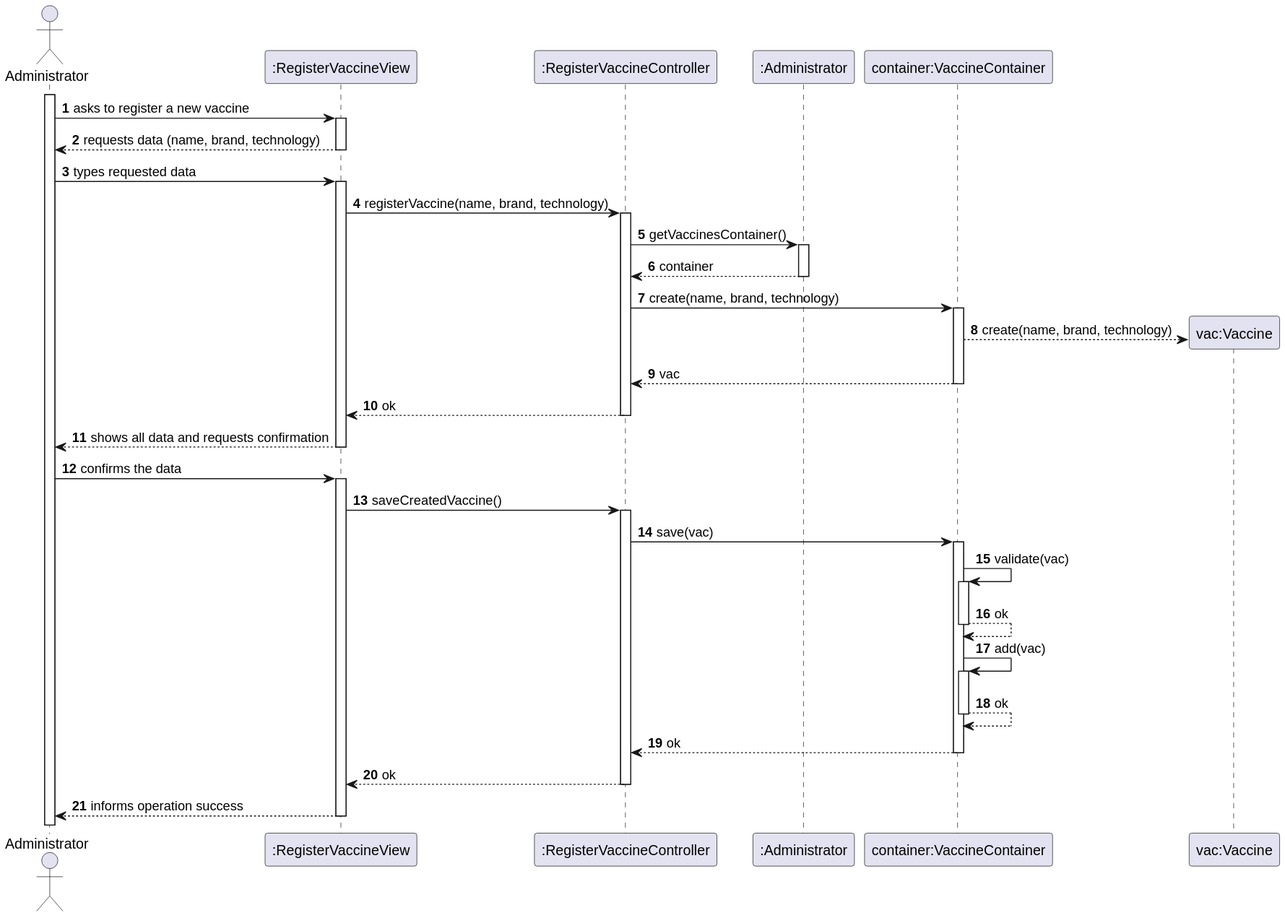
Above: docs/Sprint2/US11/svg/US11-SD.svg in Parafita123/leti-esoft-25-26-B1 (PlantUML), before the change. Source of this version:
```plantuml
@startuml

autoactivate on
autonumber

actor "Administrator" as Admin
participant ":RegisterVaccineView" as View
participant ":RegisterVaccineController" as Ctrl
participant ":Administrator" as AdministratorDomain
participant "container:VaccineContainer" as Container
participant "vac:Vaccine" as Vaccine

activate Admin

Admin -> View: asks to register a new vaccine
View --> Admin: requests data (name, brand, technology)
Admin -> View: types requested data
View -> Ctrl: registerVaccine(name, brand, technology)
Ctrl -> AdministratorDomain: getVaccinesContainer()
AdministratorDomain --> Ctrl: container
Ctrl -> Container: create(name, brand, technology)
Container --> Vaccine**: create(name, brand, technology)
Container --> Ctrl: vac
Ctrl --> View: ok
View --> Admin: shows all data and requests confirmation
Admin -> View: confirms the data
View -> Ctrl: saveCreatedVaccine()
Ctrl -> Container: save(vac)
Container -> Container: validate(vac)
Container --> Container: ok
Container -> Container: add(vac)
Container --> Container: ok
Container --> Ctrl: ok
Ctrl --> View: ok
View --> Admin: informs operation success
@enduml
```
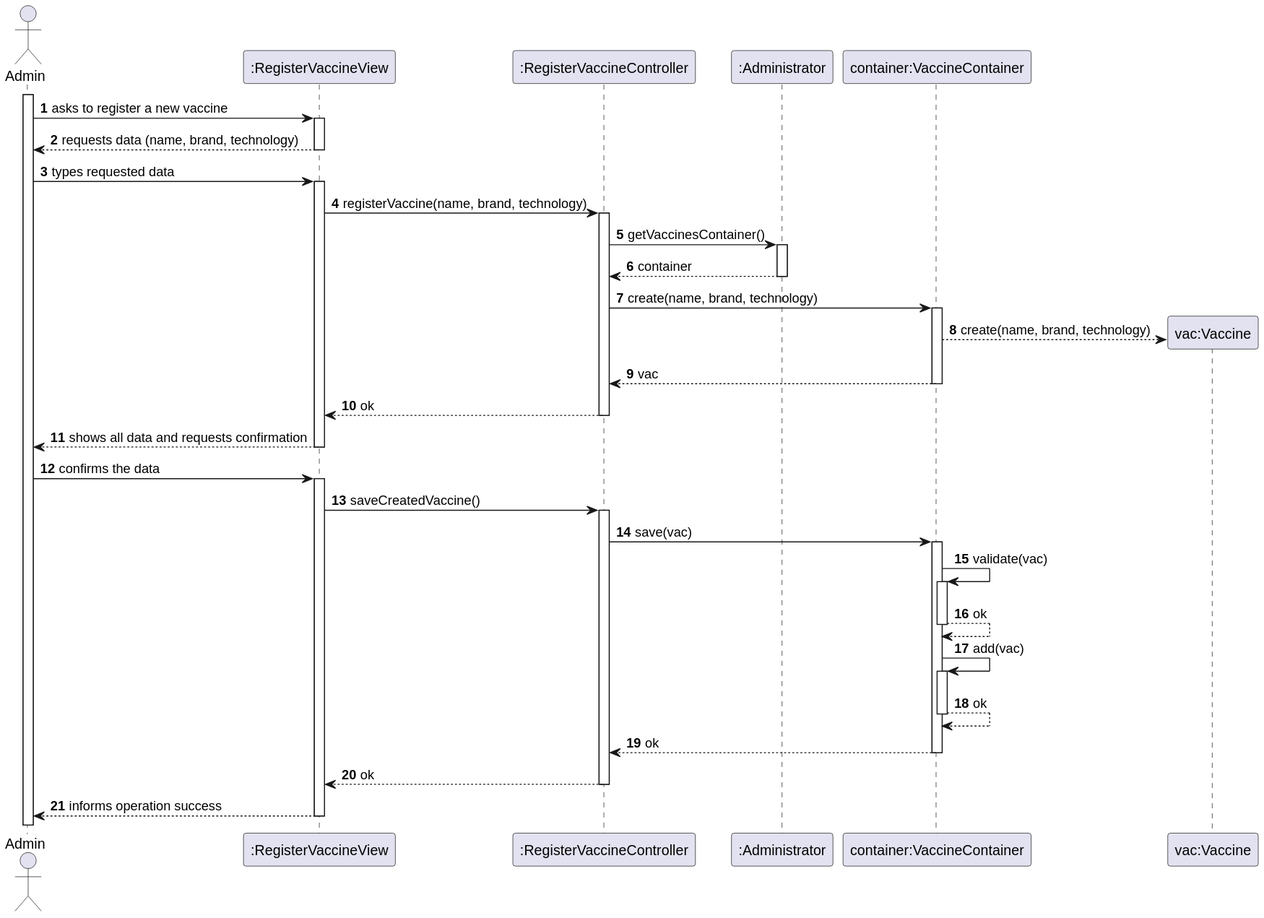
Later version of the same file.

Change to the diagram source:
```diff
@@ -3,7 +3,7 @@
 autoactivate on
 autonumber
 
-actor "Administrator" as Admin
+actor "Admin" as Admin
 participant ":RegisterVaccineView" as View
 participant ":RegisterVaccineController" as Ctrl
 participant ":Administrator" as AdministratorDomain
```
